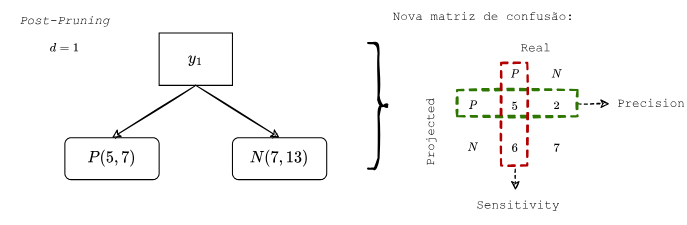
This is hw1/assets/hw1-1.2.svg from interro-potato/ml-homeworks, a draw.io export, as it was before one commit. Source tidied: cells renumbered, new cells last; positions are measured from the earlier drawing's top-left corner, leaving out a move shared by most shapes.
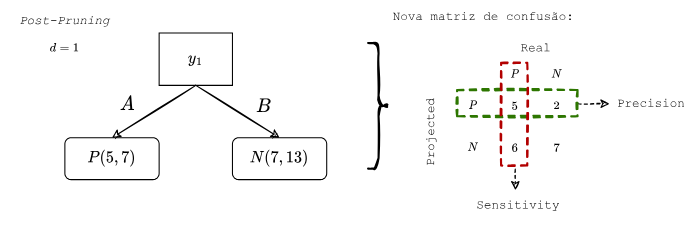
The same file after the commit.

Diff of the diagram source:
```diff
@@ -78,5 +78,11 @@
     <mxCell id="25" value="Sensitivity" style="text;html=1;strokeColor=none;fillColor=none;align=center;verticalAlign=middle;whiteSpace=wrap;rounded=0;dashed=1;sketch=1;strokeWidth=2;fontFamily=monospace;fontSize=12;" parent="1" vertex="1">
       <mxGeometry x="462.5" y="180" width="60" height="30" as="geometry" />
     </mxCell>
+    <mxCell id="26" value="$$A$$" style="text;html=1;strokeColor=none;fillColor=none;align=center;verticalAlign=middle;whiteSpace=wrap;rounded=0;fontSize=16;" parent="1" vertex="1">
+      <mxGeometry x="90" y="82.5" width="60" height="30" as="geometry" />
+    </mxCell>
+    <mxCell id="27" value="$$B$$" style="text;html=1;strokeColor=none;fillColor=none;align=center;verticalAlign=middle;whiteSpace=wrap;rounded=0;fontSize=16;" parent="1" vertex="1">
+      <mxGeometry x="220" y="85" width="60" height="30" as="geometry" />
+    </mxCell>
   </root>
 </mxGraphModel>
```
